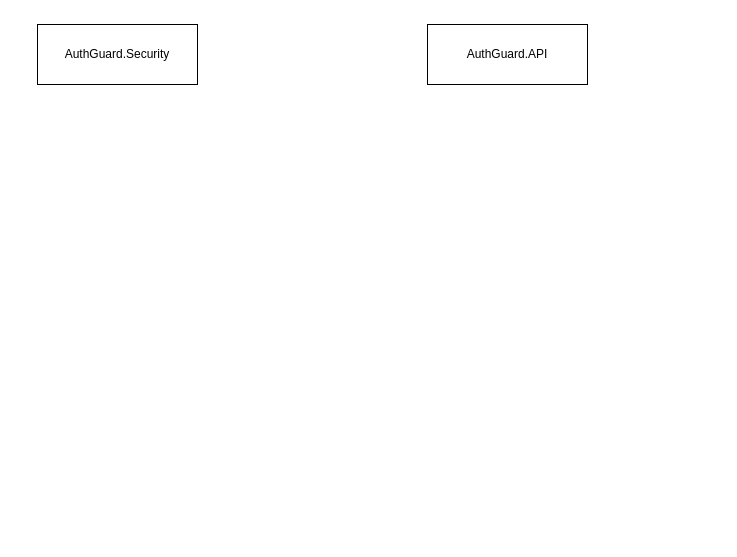
The draw.io diagram Scheme.drawio in metintaslik/AuthGuard, before the edit. Source tidied: cells renumbered, new cells numbered last; positions are measured from the earlier drawing's top-left corner, leaving out a move shared by most shapes. Both pictures are drawn from the tidied source at 100%, with x=0, y=0 at pixel (37, 24).
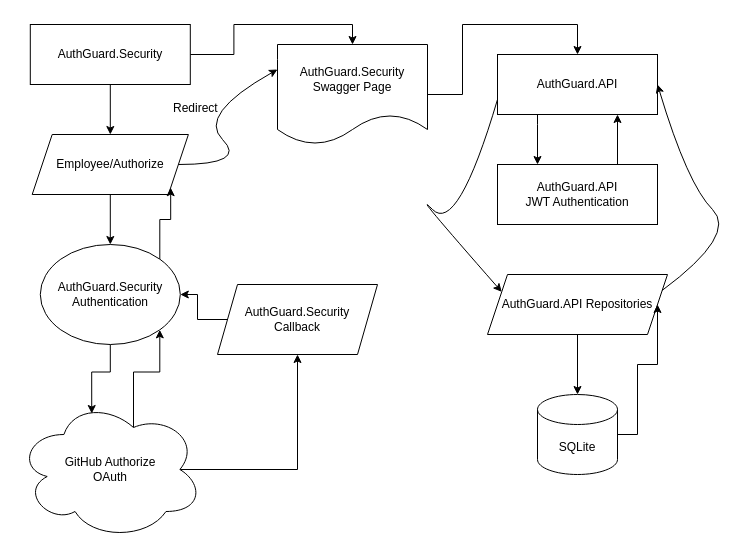
Above is the later version.

The edit, as a diff of the source:
```diff
@@
+    <mxCell id="4" style="edgeStyle=orthogonalEdgeStyle;rounded=0;jettySize=auto;html=1;" parent="1" edge="1" source="2" target="11">
+      <mxGeometry relative="1" as="geometry" />
+    </mxCell>
+    <mxCell id="5" style="edgeStyle=orthogonalEdgeStyle;rounded=0;jettySize=auto;html=1;entryX=0.5;entryY=0;entryDx=0;entryDy=0;" parent="1" edge="1" source="2" target="16">
+      <mxGeometry relative="1" as="geometry" />
+    </mxCell>
     <mxCell id="2" value="AuthGuard.Security" style="rounded=0;whiteSpace=wrap;html=1;" parent="1" vertex="1">
-      <mxGeometry width="160" height="60" as="geometry" />
+      <mxGeometry x="-7.2" width="160" height="60" as="geometry" />
     </mxCell>
+    <mxCell id="6" style="edgeStyle=orthogonalEdgeStyle;rounded=0;jettySize=auto;html=1;" parent="1" edge="1" source="3" target="20">
+      <mxGeometry relative="1" as="geometry">
+        <Array as="points">
+          <mxPoint x="500" y="100" />
+          <mxPoint x="500" y="100" />
+        </Array>
+      </mxGeometry>
+    </mxCell>
     <mxCell id="3" value="AuthGuard.API" style="rounded=0;whiteSpace=wrap;html=1;" parent="1" vertex="1">
-      <mxGeometry x="390" width="160" height="60" as="geometry" />
+      <mxGeometry x="460" y="30" width="160" height="60" as="geometry" />
     </mxCell>
+    <mxCell id="7" style="edgeStyle=orthogonalEdgeStyle;rounded=0;jettySize=auto;html=1;exitX=0.625;exitY=0.2;exitDx=0;exitDy=0;exitPerimeter=0;entryX=1;entryY=1;entryDx=0;entryDy=0;" parent="1" edge="1" source="9" target="14">
+      <mxGeometry relative="1" as="geometry" />
+    </mxCell>
+    <mxCell id="8" style="edgeStyle=orthogonalEdgeStyle;rounded=0;jettySize=auto;html=1;exitX=0.875;exitY=0.5;exitDx=0;exitDy=0;exitPerimeter=0;" parent="1" edge="1" source="9" target="22">
+      <mxGeometry relative="1" as="geometry" />
+    </mxCell>
+    <mxCell id="9" value="GitHub Authorize &lt;br&gt;OAuth" style="ellipse;shape=cloud;whiteSpace=wrap;html=1;" parent="1" vertex="1">
+      <mxGeometry x="-20" y="375" width="185.6" height="140" as="geometry" />
+    </mxCell>
+    <mxCell id="10" style="edgeStyle=orthogonalEdgeStyle;rounded=0;jettySize=auto;html=1;entryX=0.5;entryY=0;entryDx=0;entryDy=0;" parent="1" edge="1" source="11" target="14">
+      <mxGeometry relative="1" as="geometry" />
+    </mxCell>
+    <mxCell id="11" value="Employee/Authorize" style="shape=parallelogram;perimeter=parallelogramPerimeter;whiteSpace=wrap;html=1;fixedSize=1;" parent="1" vertex="1">
+      <mxGeometry x="-5.3" y="110" width="156.2" height="60" as="geometry" />
+    </mxCell>
+    <mxCell id="12" style="edgeStyle=orthogonalEdgeStyle;rounded=0;jettySize=auto;html=1;entryX=0.4;entryY=0.1;entryDx=0;entryDy=0;entryPerimeter=0;" parent="1" edge="1" source="14" target="9">
+      <mxGeometry relative="1" as="geometry" />
+    </mxCell>
+    <mxCell id="13" style="edgeStyle=orthogonalEdgeStyle;rounded=0;jettySize=auto;html=1;exitX=1;exitY=0;exitDx=0;exitDy=0;entryX=1;entryY=1;entryDx=0;entryDy=0;" parent="1" edge="1" source="14" target="11">
+      <mxGeometry relative="1" as="geometry" />
+    </mxCell>
+    <mxCell id="14" value="AuthGuard.Security&lt;br&gt;Authentication" style="ellipse;whiteSpace=wrap;html=1;" parent="1" vertex="1">
+      <mxGeometry x="2.8" y="220" width="140" height="100" as="geometry" />
+    </mxCell>
+    <mxCell id="15" style="edgeStyle=orthogonalEdgeStyle;rounded=0;jettySize=auto;html=1;entryX=0.5;entryY=0;entryDx=0;entryDy=0;" parent="1" edge="1" source="16" target="3">
+      <mxGeometry relative="1" as="geometry" />
+    </mxCell>
+    <mxCell id="16" value="AuthGuard.Security&lt;br&gt;Swagger Page" style="shape=document;whiteSpace=wrap;html=1;boundedLbl=1;" parent="1" vertex="1">
+      <mxGeometry x="240" y="20" width="150" height="100" as="geometry" />
+    </mxCell>
+    <mxCell id="17" style="curved=1;endArrow=classic;html=1;rounded=0;entryX=0;entryY=0.25;entryDx=0;entryDy=0;exitX=1;exitY=0.5;exitDx=0;exitDy=0;" parent="1" edge="1" source="11" target="16">
+      <mxGeometry relative="1" as="geometry">
+        <Array as="points">
+          <mxPoint x="210" y="140" />
+          <mxPoint x="160" y="90" />
+        </Array>
+      </mxGeometry>
+    </mxCell>
+    <mxCell id="18" value="Redirect" style="text;strokeColor=none;fillColor=none;spacingLeft=4;spacingRight=4;overflow=hidden;fontSize=12;" parent="1" vertex="1">
+      <mxGeometry x="130" y="70" width="62.8" height="30" as="geometry" />
+    </mxCell>
+    <mxCell id="19" style="edgeStyle=orthogonalEdgeStyle;rounded=0;jettySize=auto;html=1;exitX=0.75;exitY=0;exitDx=0;exitDy=0;entryX=0.75;entryY=1;entryDx=0;entryDy=0;" parent="1" edge="1" source="20" target="3">
+      <mxGeometry relative="1" as="geometry" />
+    </mxCell>
+    <mxCell id="20" value="AuthGuard.API&lt;br&gt;JWT Authentication" style="whiteSpace=wrap;html=1;rounded=0;" parent="1" vertex="1">
+      <mxGeometry x="460" y="140" width="160" height="60" as="geometry" />
+    </mxCell>
+    <mxCell id="21" style="edgeStyle=orthogonalEdgeStyle;rounded=0;jettySize=auto;html=1;entryX=1;entryY=0.5;entryDx=0;entryDy=0;" parent="1" edge="1" source="22" target="14">
+      <mxGeometry relative="1" as="geometry" />
+    </mxCell>
+    <mxCell id="22" value="AuthGuard.Security&lt;br&gt;Callback" style="shape=parallelogram;perimeter=parallelogramPerimeter;whiteSpace=wrap;html=1;fixedSize=1;" parent="1" vertex="1">
+      <mxGeometry x="180" y="260" width="160" height="70" as="geometry" />
+    </mxCell>
+    <mxCell id="23" style="edgeStyle=orthogonalEdgeStyle;rounded=0;jettySize=auto;html=1;entryX=0.5;entryY=0;entryDx=0;entryDy=0;entryPerimeter=0;" parent="1" edge="1" source="24" target="26">
+      <mxGeometry relative="1" as="geometry" />
+    </mxCell>
+    <mxCell id="24" value="AuthGuard.API Repositories" style="shape=parallelogram;perimeter=parallelogramPerimeter;whiteSpace=wrap;html=1;fixedSize=1;" parent="1" vertex="1">
+      <mxGeometry x="450" y="250" width="180" height="60" as="geometry" />
+    </mxCell>
+    <mxCell id="25" style="edgeStyle=orthogonalEdgeStyle;rounded=0;jettySize=auto;html=1;exitX=1;exitY=0.5;exitDx=0;exitDy=0;exitPerimeter=0;entryX=1;entryY=0.5;entryDx=0;entryDy=0;" parent="1" edge="1" source="26" target="24">
+      <mxGeometry relative="1" as="geometry" />
+    </mxCell>
+    <mxCell id="26" value="SQLite" style="shape=cylinder3;whiteSpace=wrap;html=1;boundedLbl=1;backgroundOutline=1;size=15;" parent="1" vertex="1">
+      <mxGeometry x="500" y="370" width="80" height="80" as="geometry" />
+    </mxCell>
+    <mxCell id="27" style="curved=1;endArrow=classic;html=1;rounded=0;exitX=1;exitY=0.25;exitDx=0;exitDy=0;entryX=1;entryY=0.5;entryDx=0;entryDy=0;" parent="1" edge="1" source="24" target="3">
+      <mxGeometry relative="1" as="geometry">
+        <Array as="points">
+          <mxPoint x="700" y="210" />
+          <mxPoint x="650" y="160" />
+        </Array>
+      </mxGeometry>
+    </mxCell>
+    <mxCell id="28" style="curved=1;endArrow=classic;html=1;rounded=0;entryX=0;entryY=0.25;entryDx=0;entryDy=0;exitX=0;exitY=0.75;exitDx=0;exitDy=0;" parent="1" edge="1" source="3" target="24">
+      <mxGeometry relative="1" as="geometry">
+        <Array as="points">
+          <mxPoint x="420" y="210" />
+          <mxPoint x="370" y="160" />
+        </Array>
+      </mxGeometry>
+    </mxCell>
```
